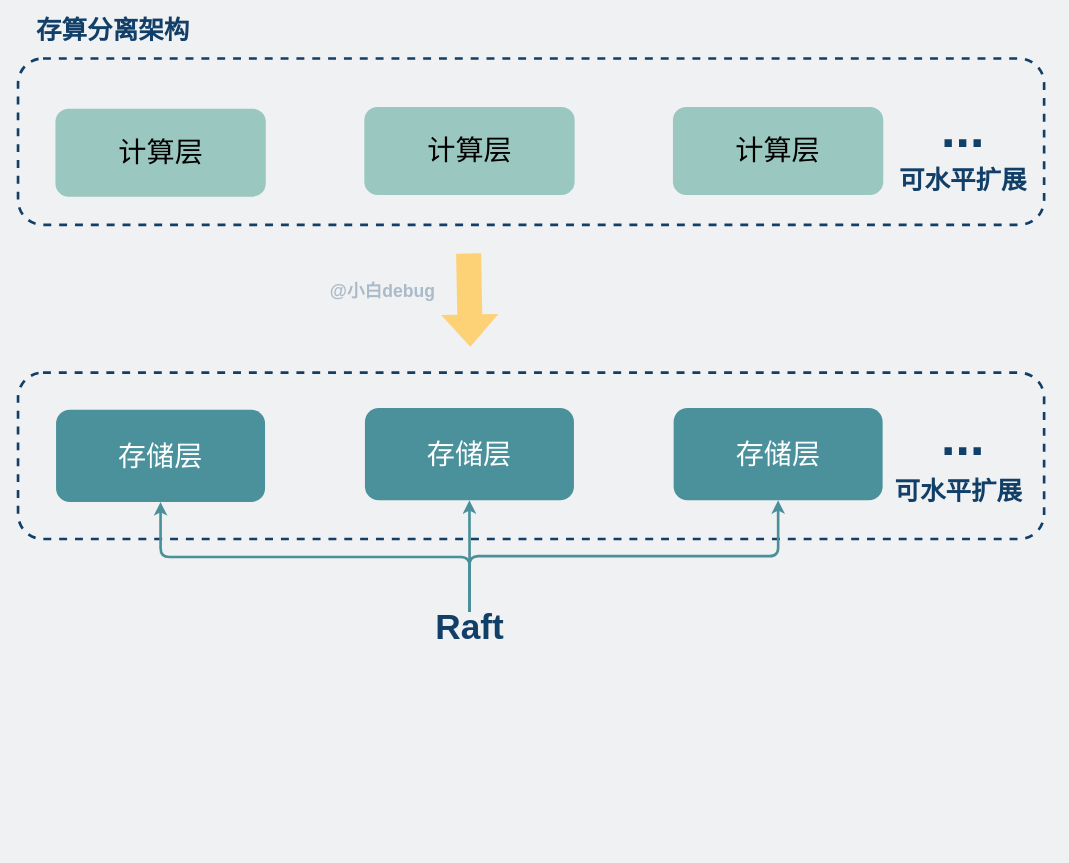
The draw.io diagram network/存算分离架构.drawio in xiaobaiTech/image, before the edit. Source tidied: cells renumbered, new cells numbered last; positions are measured from the earlier drawing's top-left corner, leaving out a move shared by most shapes. Both pictures are drawn from the tidied source at 88%, with x=0, y=0 at pixel (18, 16).
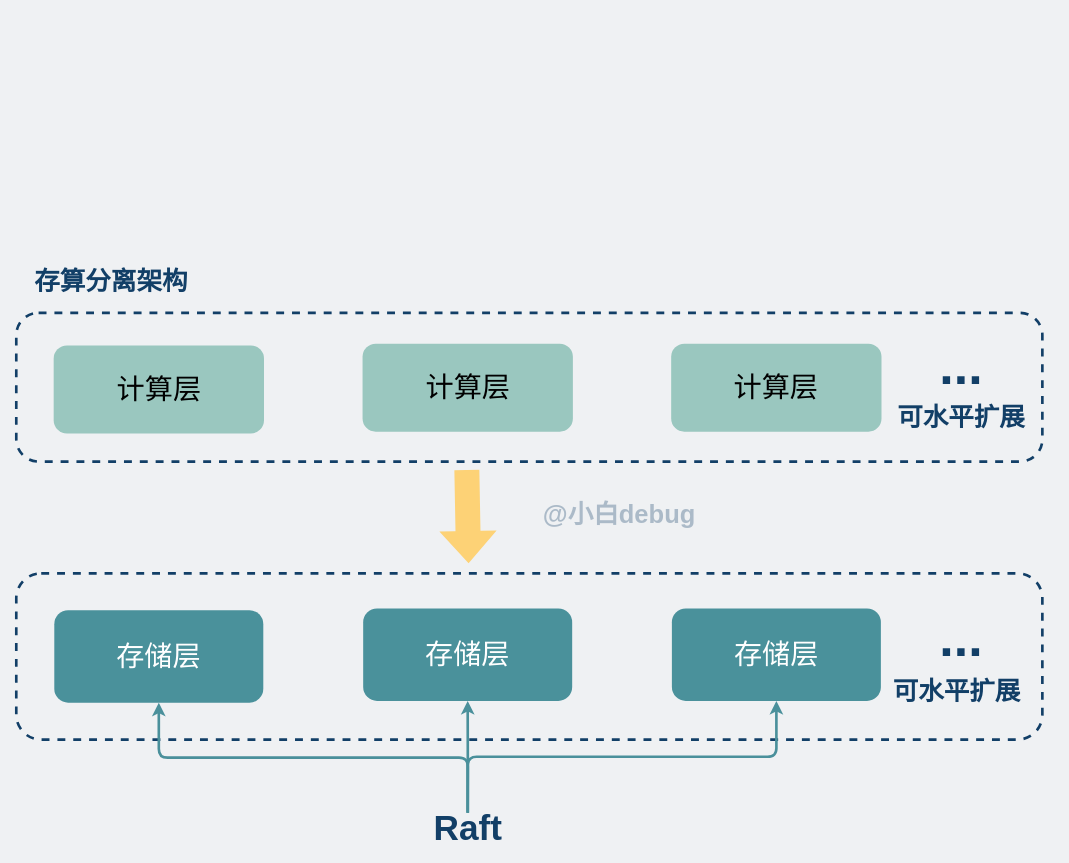
After the change.

Commit message:
更新存算分离架构.drawio

Diff of the diagram source:
```diff
@@
     <mxCell id="2" style="rounded=1;whiteSpace=wrap;html=1;fillColor=none;strokeWidth=3;dashed=1;strokeColor=#123f67;" parent="1" vertex="1">
-      <mxGeometry y="405" width="1166" height="189" as="geometry" />
+      <mxGeometry x="-2" y="633" width="1166" height="189" as="geometry" />
     </mxCell>
     <mxCell id="3" style="rounded=1;whiteSpace=wrap;html=1;fillColor=none;strokeWidth=3;dashed=1;strokeColor=#123f67;" parent="1" vertex="1">
-      <mxGeometry y="48" width="1166" height="189" as="geometry" />
+      <mxGeometry x="-2" y="337" width="1166" height="169" as="geometry" />
     </mxCell>
     <mxCell id="4" value="&lt;font style=&quot;font-size: 32px;&quot;&gt;存储层&lt;/font&gt;" style="rounded=1;whiteSpace=wrap;html=1;fontSize=22;fontColor=#FFFFFF;fillColor=#4A919B;strokeColor=none;" parent="1" vertex="1">
-      <mxGeometry x="43.2" y="447" width="237.5" height="105" as="geometry" />
+      <mxGeometry x="41.2" y="675" width="237.5" height="105" as="geometry" />
     </mxCell>
     <mxCell id="5" value="&lt;font size=&quot;1&quot;&gt;&lt;b style=&quot;&quot;&gt;&lt;font style=&quot;font-size: 29px;&quot; color=&quot;#123f67&quot;&gt;可水平扩展&lt;/font&gt;&lt;br&gt;&lt;/b&gt;&lt;/font&gt;" style="text;html=1;strokeColor=none;fillColor=none;align=center;verticalAlign=middle;whiteSpace=wrap;rounded=0;" parent="1" vertex="1">
-      <mxGeometry x="971" y="171" width="206" height="32" as="geometry" />
+      <mxGeometry x="969" y="440" width="206" height="32" as="geometry" />
     </mxCell>
     <mxCell id="6" value="&lt;font style=&quot;font-size: 32px;&quot; color=&quot;#000000&quot;&gt;计算层&lt;/font&gt;" style="rounded=1;whiteSpace=wrap;html=1;fontSize=22;fontColor=#FFFFFF;fillColor=#9AC7BF;strokeColor=none;" parent="1" vertex="1">
-      <mxGeometry x="42.5" y="105" width="239" height="100" as="geometry" />
+      <mxGeometry x="40.5" y="374" width="239" height="100" as="geometry" />
     </mxCell>
     <mxCell id="7" value="&lt;font style=&quot;font-size: 32px;&quot;&gt;存储层&lt;/font&gt;" style="rounded=1;whiteSpace=wrap;html=1;fontSize=22;fontColor=#FFFFFF;fillColor=#4A919B;strokeColor=none;" parent="1" vertex="1">
-      <mxGeometry x="394.2" y="445" width="237.5" height="105" as="geometry" />
+      <mxGeometry x="392.2" y="673" width="237.5" height="105" as="geometry" />
     </mxCell>
     <mxCell id="8" value="&lt;font style=&quot;font-size: 32px;&quot; color=&quot;#000000&quot;&gt;计算层&lt;/font&gt;" style="rounded=1;whiteSpace=wrap;html=1;fontSize=22;fontColor=#FFFFFF;fillColor=#9AC7BF;strokeColor=none;" parent="1" vertex="1">
-      <mxGeometry x="393.5" y="103" width="239" height="100" as="geometry" />
+      <mxGeometry x="391.5" y="372" width="239" height="100" as="geometry" />
     </mxCell>
     <mxCell id="9" value="&lt;font style=&quot;font-size: 32px;&quot;&gt;存储层&lt;/font&gt;" style="rounded=1;whiteSpace=wrap;html=1;fontSize=22;fontColor=#FFFFFF;fillColor=#4A919B;strokeColor=none;" parent="1" vertex="1">
-      <mxGeometry x="745" y="445" width="237.5" height="105" as="geometry" />
+      <mxGeometry x="743" y="673" width="237.5" height="105" as="geometry" />
     </mxCell>
     <mxCell id="10" value="&lt;font style=&quot;font-size: 32px;&quot; color=&quot;#000000&quot;&gt;计算层&lt;/font&gt;" style="rounded=1;whiteSpace=wrap;html=1;fontSize=22;fontColor=#FFFFFF;fillColor=#9AC7BF;strokeColor=none;" parent="1" vertex="1">
-      <mxGeometry x="744.2" y="103" width="239" height="100" as="geometry" />
+      <mxGeometry x="742.2" y="372" width="239" height="100" as="geometry" />
     </mxCell>
     <mxCell id="11" value="&lt;b style=&quot;&quot;&gt;&lt;font style=&quot;font-size: 59px;&quot; color=&quot;#123f67&quot;&gt;...&lt;/font&gt;&lt;br&gt;&lt;/b&gt;" style="text;html=1;strokeColor=none;fillColor=none;align=center;verticalAlign=middle;whiteSpace=wrap;rounded=0;" parent="1" vertex="1">
-      <mxGeometry x="971" y="113" width="206" height="32" as="geometry" />
+      <mxGeometry x="969" y="382" width="206" height="32" as="geometry" />
     </mxCell>
     <mxCell id="12" value="&lt;b style=&quot;&quot;&gt;&lt;font style=&quot;font-size: 59px;&quot; color=&quot;#123f67&quot;&gt;...&lt;/font&gt;&lt;br&gt;&lt;/b&gt;" style="text;html=1;strokeColor=none;fillColor=none;align=center;verticalAlign=middle;whiteSpace=wrap;rounded=0;" parent="1" vertex="1">
-      <mxGeometry x="971" y="463" width="206" height="32" as="geometry" />
+      <mxGeometry x="969" y="691" width="206" height="32" as="geometry" />
     </mxCell>
     <mxCell id="13" style="shape=flexArrow;endArrow=classic;html=1;rounded=0;fontSize=16;fontColor=#000000;fillColor=#FDD276;strokeColor=none;endWidth=35.714285714285715;endSize=11.883870967741936;width=28.387096774193548;" parent="1" edge="1">
       <mxGeometry relative="1" as="geometry">
-        <mxPoint x="512" y="269" as="sourcePoint" />
-        <mxPoint x="514" y="376" as="targetPoint" />
+        <mxPoint x="510" y="515" as="sourcePoint" />
+        <mxPoint x="512" y="622" as="targetPoint" />
       </mxGeometry>
     </mxCell>
     <mxCell id="14" value="&lt;font size=&quot;1&quot;&gt;&lt;b style=&quot;&quot;&gt;&lt;font style=&quot;font-size: 29px;&quot; color=&quot;#123f67&quot;&gt;可水平扩展&lt;/font&gt;&lt;br&gt;&lt;/b&gt;&lt;/font&gt;" style="text;html=1;strokeColor=none;fillColor=none;align=center;verticalAlign=middle;whiteSpace=wrap;rounded=0;" parent="1" vertex="1">
-      <mxGeometry x="966" y="524" width="206" height="32" as="geometry" />
+      <mxGeometry x="964" y="752" width="206" height="32" as="geometry" />
     </mxCell>
-    <mxCell id="15" value="&lt;font size=&quot;1&quot;&gt;&lt;b style=&quot;font-size: 20px;&quot;&gt;&lt;font color=&quot;#123f67&quot;&gt;@小白debug&lt;/font&gt;&lt;br&gt;&lt;/b&gt;&lt;/font&gt;" style="text;html=1;strokeColor=none;fillColor=none;align=center;verticalAlign=middle;whiteSpace=wrap;rounded=0;opacity=30;textOpacity=30;" parent="1" vertex="1">
-      <mxGeometry x="342" y="296" width="145" height="32" as="geometry" />
+    <mxCell id="15" value="&lt;font size=&quot;1&quot;&gt;&lt;b style=&quot;&quot;&gt;&lt;font style=&quot;font-size: 29px;&quot; color=&quot;#123f67&quot;&gt;@小白debug&lt;/font&gt;&lt;br&gt;&lt;/b&gt;&lt;/font&gt;" style="text;html=1;strokeColor=none;fillColor=none;align=center;verticalAlign=middle;whiteSpace=wrap;rounded=0;opacity=30;textOpacity=30;" parent="1" vertex="1">
+      <mxGeometry x="565" y="550" width="237" height="32" as="geometry" />
     </mxCell>
@@
     <mxCell id="19" value="&lt;font size=&quot;1&quot;&gt;&lt;b style=&quot;&quot;&gt;&lt;font style=&quot;font-size: 40px;&quot; color=&quot;#123f67&quot;&gt;Raft&lt;/font&gt;&lt;br&gt;&lt;/b&gt;&lt;/font&gt;" style="text;html=1;strokeColor=none;fillColor=none;align=center;verticalAlign=middle;whiteSpace=wrap;rounded=0;" parent="1" vertex="1">
-      <mxGeometry x="420.8" y="677" width="184.5" height="32" as="geometry" />
+      <mxGeometry x="418.8" y="905" width="184.5" height="32" as="geometry" />
     </mxCell>
     <mxCell id="20" value="&lt;font size=&quot;1&quot;&gt;&lt;b style=&quot;&quot;&gt;&lt;font style=&quot;font-size: 29px;&quot; color=&quot;#123f67&quot;&gt;存算分离架构&lt;/font&gt;&lt;br&gt;&lt;/b&gt;&lt;/font&gt;" style="text;html=1;strokeColor=none;fillColor=none;align=center;verticalAlign=middle;whiteSpace=wrap;rounded=0;" parent="1" vertex="1">
-      <mxGeometry x="5" width="206" height="32" as="geometry" />
+      <mxGeometry x="3" y="286" width="206" height="32" as="geometry" />
     </mxCell>
```
